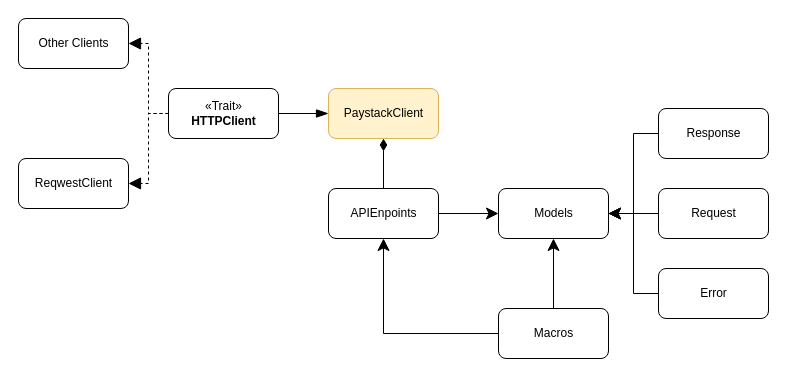
morukele/paystack-rs keeps this draw.io diagram as docs/uml/paystack-rs.drawio. Above is the earlier version. Source tidied: cells renumbered, new cells numbered last; positions are measured from the earlier drawing's top-left corner, leaving out a move shared by most shapes. Both pictures are drawn from the tidied source at 100%, with x=0, y=0 at pixel (18, 18).
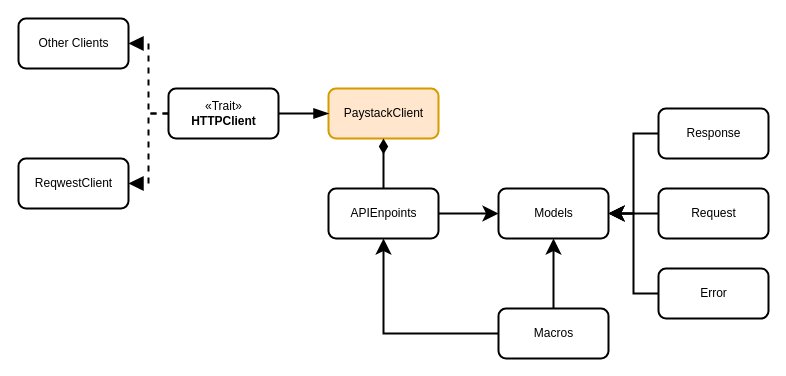
Above is the later version.

The edit, as a diff of the source:
```diff
@@
-<mxGraphModel background="#ffffff">
+<mxGraphModel>
@@
-    <mxCell id="2" value="PaystackClient" style="html=1;shadow=0;sketch=0;rounded=1;fillColor=#fff2cc;strokeColor=#d6b656;" parent="1" vertex="1">
+    <mxCell id="2" value="PaystackClient" style="html=1;shadow=0;rounded=1;strokeWidth=2;fillColor=#ffe6cc;strokeColor=#d79b00;" parent="1" vertex="1">
       <mxGeometry x="310" y="70" width="110" height="50" as="geometry" />
     </mxCell>
-    <mxCell id="3" style="edgeStyle=orthogonalEdgeStyle;rounded=0;jettySize=auto;html=1;shadow=0;sketch=0;endSize=10;startSize=10;endArrow=blockThin;endFill=1;" parent="1" edge="1" source="6" target="2">
+    <mxCell id="3" style="edgeStyle=orthogonalEdgeStyle;rounded=0;jettySize=auto;html=1;shadow=0;endSize=10;startSize=10;endArrow=blockThin;endFill=1;strokeWidth=2;" parent="1" edge="1" source="6" target="2">
       <mxGeometry relative="1" as="geometry" />
     </mxCell>
-    <mxCell id="4" style="edgeStyle=orthogonalEdgeStyle;rounded=0;sketch=0;jettySize=auto;html=1;entryX=1;entryY=0.5;entryDx=0;entryDy=0;shadow=0;endArrow=block;endFill=1;endSize=10;startSize=10;dashed=1;" parent="1" edge="1" source="6" target="7">
+    <mxCell id="4" style="edgeStyle=orthogonalEdgeStyle;rounded=0;jettySize=auto;html=1;entryX=1;entryY=0.5;entryDx=0;entryDy=0;shadow=0;endArrow=block;endFill=1;endSize=10;startSize=10;dashed=1;strokeWidth=2;" parent="1" edge="1" source="6" target="7">
       <mxGeometry relative="1" as="geometry" />
     </mxCell>
-    <mxCell id="5" style="edgeStyle=orthogonalEdgeStyle;rounded=0;sketch=0;jettySize=auto;html=1;entryX=1;entryY=0.5;entryDx=0;entryDy=0;shadow=0;endArrow=block;endFill=1;endSize=10;startSize=10;dashed=1;" parent="1" edge="1" source="6" target="8">
+    <mxCell id="5" style="edgeStyle=orthogonalEdgeStyle;rounded=0;jettySize=auto;html=1;entryX=1;entryY=0.5;entryDx=0;entryDy=0;shadow=0;endArrow=block;endFill=1;endSize=10;startSize=10;dashed=1;strokeWidth=2;" parent="1" edge="1" source="6" target="8">
       <mxGeometry relative="1" as="geometry" />
     </mxCell>
-    <mxCell id="6" value="«Trait»&lt;br&gt;&lt;b&gt;HTTPClient&lt;/b&gt;" style="html=1;shadow=0;sketch=0;rounded=1;" parent="1" vertex="1">
+    <mxCell id="6" value="«Trait»&lt;br&gt;&lt;b&gt;HTTPClient&lt;/b&gt;" style="html=1;shadow=0;rounded=1;strokeWidth=2;" parent="1" vertex="1">
       <mxGeometry x="150" y="70" width="110" height="50" as="geometry" />
     </mxCell>
-    <mxCell id="7" value="ReqwestClient" style="html=1;shadow=0;sketch=0;rounded=1;" parent="1" vertex="1">
+    <mxCell id="7" value="ReqwestClient" style="html=1;shadow=0;rounded=1;strokeWidth=2;" parent="1" vertex="1">
       <mxGeometry y="140" width="110" height="50" as="geometry" />
     </mxCell>
-    <mxCell id="8" value="Other Clients" style="html=1;shadow=0;sketch=0;rounded=1;" parent="1" vertex="1">
+    <mxCell id="8" value="Other Clients" style="html=1;shadow=0;rounded=1;strokeWidth=2;" parent="1" vertex="1">
       <mxGeometry width="110" height="50" as="geometry" />
     </mxCell>
-    <mxCell id="9" style="edgeStyle=orthogonalEdgeStyle;rounded=0;jettySize=auto;html=1;shadow=0;sketch=0;endArrow=diamondThin;endFill=1;jumpSize=6;startSize=10;endSize=10;" parent="1" edge="1" source="11" target="2">
+    <mxCell id="9" style="edgeStyle=orthogonalEdgeStyle;rounded=0;jettySize=auto;html=1;shadow=0;endArrow=diamondThin;endFill=1;jumpSize=6;startSize=10;endSize=10;strokeWidth=2;" parent="1" edge="1" source="11" target="2">
       <mxGeometry relative="1" as="geometry" />
     </mxCell>
-    <mxCell id="10" style="edgeStyle=orthogonalEdgeStyle;rounded=0;jettySize=auto;html=1;entryX=0;entryY=0.5;entryDx=0;entryDy=0;shadow=0;sketch=0;endSize=10;startSize=10;" parent="1" edge="1" source="11" target="12">
+    <mxCell id="10" style="edgeStyle=orthogonalEdgeStyle;rounded=0;jettySize=auto;html=1;entryX=0;entryY=0.5;entryDx=0;entryDy=0;shadow=0;endSize=10;startSize=10;strokeWidth=2;" parent="1" edge="1" source="11" target="12">
       <mxGeometry relative="1" as="geometry" />
     </mxCell>
-    <mxCell id="11" value="APIEnpoints" style="html=1;rounded=1;shadow=0;sketch=0;" parent="1" vertex="1">
+    <mxCell id="11" value="APIEnpoints" style="html=1;rounded=1;shadow=0;strokeWidth=2;" parent="1" vertex="1">
       <mxGeometry x="310" y="170" width="110" height="50" as="geometry" />
     </mxCell>
-    <mxCell id="12" value="Models" style="html=1;shadow=0;sketch=0;glass=0;rounded=1;" parent="1" vertex="1">
+    <mxCell id="12" value="Models" style="html=1;shadow=0;glass=0;rounded=1;strokeWidth=2;" parent="1" vertex="1">
       <mxGeometry x="480" y="170" width="110" height="50" as="geometry" />
     </mxCell>
-    <mxCell id="13" style="edgeStyle=orthogonalEdgeStyle;rounded=0;jettySize=auto;html=1;shadow=0;sketch=0;endSize=10;startSize=10;" parent="1" edge="1" source="14">
+    <mxCell id="13" style="edgeStyle=orthogonalEdgeStyle;rounded=0;jettySize=auto;html=1;shadow=0;endSize=10;startSize=10;strokeWidth=2;" parent="1" edge="1" source="14">
       <mxGeometry relative="1" as="geometry">
         <mxPoint x="590" y="195" as="targetPoint" />
       </mxGeometry>
     </mxCell>
-    <mxCell id="14" value="Request" style="html=1;shadow=0;sketch=0;glass=0;rounded=1;" parent="1" vertex="1">
+    <mxCell id="14" value="Request" style="html=1;shadow=0;glass=0;rounded=1;strokeWidth=2;" parent="1" vertex="1">
       <mxGeometry x="640" y="170" width="110" height="50" as="geometry" />
     </mxCell>
-    <mxCell id="15" style="edgeStyle=orthogonalEdgeStyle;rounded=0;jettySize=auto;html=1;entryX=1;entryY=0.5;entryDx=0;entryDy=0;shadow=0;sketch=0;endSize=10;startSize=10;" parent="1" edge="1" source="16" target="12">
+    <mxCell id="15" style="edgeStyle=orthogonalEdgeStyle;rounded=0;jettySize=auto;html=1;entryX=1;entryY=0.5;entryDx=0;entryDy=0;shadow=0;endSize=10;startSize=10;strokeWidth=2;" parent="1" edge="1" source="16" target="12">
       <mxGeometry relative="1" as="geometry" />
     </mxCell>
-    <mxCell id="16" value="Response" style="html=1;shadow=0;sketch=0;glass=0;rounded=1;" parent="1" vertex="1">
+    <mxCell id="16" value="Response" style="html=1;shadow=0;glass=0;rounded=1;strokeWidth=2;" parent="1" vertex="1">
       <mxGeometry x="640" y="90" width="110" height="50" as="geometry" />
     </mxCell>
-    <mxCell id="17" style="edgeStyle=orthogonalEdgeStyle;rounded=0;jettySize=auto;html=1;entryX=1;entryY=0.5;entryDx=0;entryDy=0;shadow=0;sketch=0;endSize=10;startSize=10;" parent="1" edge="1" source="18" target="12">
+    <mxCell id="17" style="edgeStyle=orthogonalEdgeStyle;rounded=0;jettySize=auto;html=1;entryX=1;entryY=0.5;entryDx=0;entryDy=0;shadow=0;endSize=10;startSize=10;strokeWidth=2;" parent="1" edge="1" source="18" target="12">
       <mxGeometry relative="1" as="geometry" />
     </mxCell>
-    <mxCell id="18" value="Error" style="html=1;shadow=0;sketch=0;glass=0;rounded=1;" parent="1" vertex="1">
+    <mxCell id="18" value="Error" style="html=1;shadow=0;glass=0;rounded=1;strokeWidth=2;" parent="1" vertex="1">
       <mxGeometry x="640" y="250" width="110" height="50" as="geometry" />
     </mxCell>
-    <mxCell id="19" style="edgeStyle=orthogonalEdgeStyle;rounded=0;jettySize=auto;html=1;entryX=0.5;entryY=1;entryDx=0;entryDy=0;shadow=0;sketch=0;endSize=10;startSize=10;" parent="1" edge="1" source="21" target="12">
+    <mxCell id="19" style="edgeStyle=orthogonalEdgeStyle;rounded=0;jettySize=auto;html=1;entryX=0.5;entryY=1;entryDx=0;entryDy=0;shadow=0;endSize=10;startSize=10;strokeWidth=2;" parent="1" edge="1" source="21" target="12">
       <mxGeometry relative="1" as="geometry" />
     </mxCell>
-    <mxCell id="20" style="edgeStyle=orthogonalEdgeStyle;rounded=0;jettySize=auto;html=1;entryX=0.5;entryY=1;entryDx=0;entryDy=0;shadow=0;sketch=0;endSize=10;startSize=10;" parent="1" edge="1" source="21" target="11">
+    <mxCell id="20" style="edgeStyle=orthogonalEdgeStyle;rounded=0;jettySize=auto;html=1;entryX=0.5;entryY=1;entryDx=0;entryDy=0;shadow=0;endSize=10;startSize=10;strokeWidth=2;" parent="1" edge="1" source="21" target="11">
       <mxGeometry relative="1" as="geometry" />
     </mxCell>
-    <mxCell id="21" value="Macros" style="html=1;shadow=0;sketch=0;glass=0;rounded=1;" parent="1" vertex="1">
+    <mxCell id="21" value="Macros" style="html=1;shadow=0;glass=0;rounded=1;strokeWidth=2;" parent="1" vertex="1">
       <mxGeometry x="480" y="290" width="110" height="50" as="geometry" />
     </mxCell>
```
